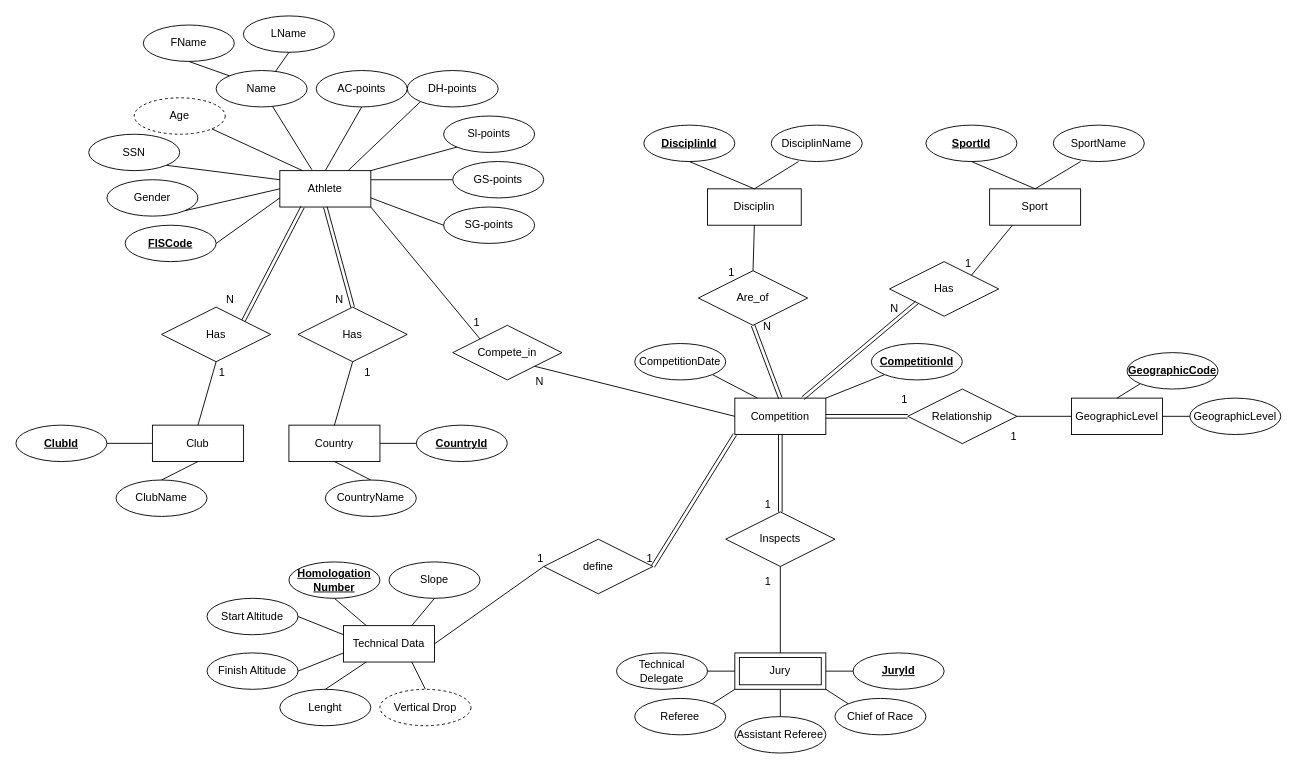
edlu2100/databaser_projekt keeps this draw.io diagram as ER.drawio. Above is the earlier version. Source tidied: cells renumbered, new cells numbered last; positions are measured from the earlier drawing's top-left corner, leaving out a move shared by most shapes. Both pictures are drawn from the tidied source at 91%, with x=0, y=0 at pixel (15, 15).
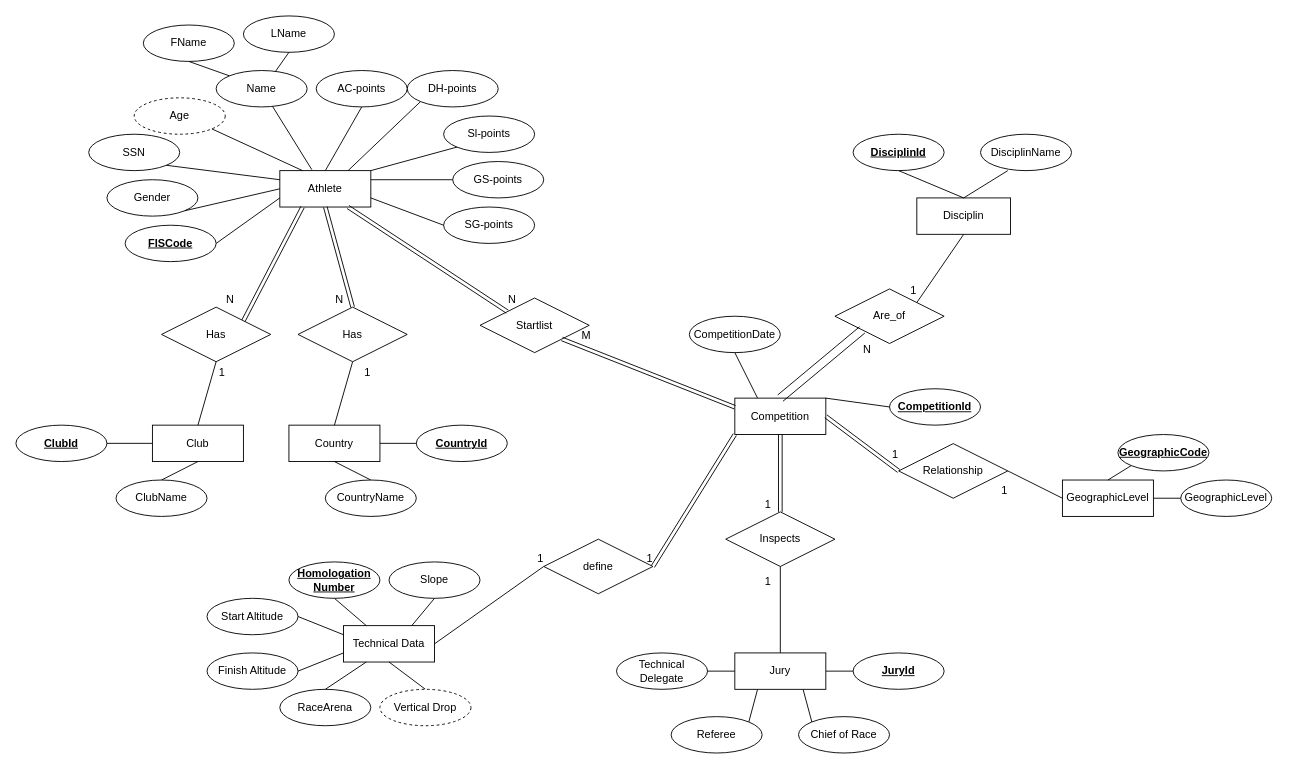
After the change.

Unchanged cells that the change refers to:
```xml
<mxCell id="2" value="Athlete" style="whiteSpace=wrap;html=1;align=center;" parent="1" vertex="1">
  <mxGeometry x="290" y="170" width="100" height="40" as="geometry" />
</mxCell>
<mxCell id="12" value="Competition" style="whiteSpace=wrap;html=1;align=center;" parent="1" vertex="1">
  <mxGeometry x="790" y="420" width="100" height="40" as="geometry" />
</mxCell>
<mxCell id="19" value="Technical Data" style="whiteSpace=wrap;html=1;align=center;" parent="1" vertex="1">
  <mxGeometry x="360" y="670" width="100" height="40" as="geometry" />
</mxCell>
<mxCell id="21" value="&lt;b&gt;&lt;u&gt;JuryId&lt;/u&gt;&lt;/b&gt;" style="ellipse;whiteSpace=wrap;html=1;align=center;" parent="1" vertex="1">
  <mxGeometry x="920" y="700" width="100" height="40" as="geometry" />
</mxCell>
<mxCell id="54" value="Inspects" style="shape=rhombus;perimeter=rhombusPerimeter;whiteSpace=wrap;html=1;align=center;" parent="1" vertex="1">
  <mxGeometry x="780" y="545" width="120" height="60" as="geometry" />
</mxCell>
<mxCell id="120" value="Vertical Drop" style="ellipse;whiteSpace=wrap;html=1;align=center;dashed=1;" parent="1" vertex="1">
  <mxGeometry x="400" y="740" width="100" height="40" as="geometry" />
</mxCell>
```

What changed in the source:
```diff
@@
-    <mxCell id="3" value="SportName" style="ellipse;whiteSpace=wrap;html=1;align=center;" parent="1" vertex="1">
-      <mxGeometry x="1140" y="120" width="100" height="40" as="geometry" />
-    </mxCell>
-    <mxCell id="4" value="&lt;b&gt;&lt;u&gt;SportId&lt;/u&gt;&lt;/b&gt;" style="ellipse;whiteSpace=wrap;html=1;align=center;" parent="1" vertex="1">
-      <mxGeometry x="1000" y="120" width="100" height="40" as="geometry" />
-    </mxCell>
@@
-    <mxCell id="13" value="Sport" style="whiteSpace=wrap;html=1;align=center;" parent="1" vertex="1">
-      <mxGeometry x="1070" y="190" width="100" height="40" as="geometry" />
-    </mxCell>
@@
     <mxCell id="16" value="Referee" style="ellipse;whiteSpace=wrap;html=1;align=center;" parent="1" vertex="1">
-      <mxGeometry x="680" y="750" width="100" height="40" as="geometry" />
+      <mxGeometry x="720" y="770" width="100" height="40" as="geometry" />
     </mxCell>
     <mxCell id="17" value="Chief&amp;nbsp;of Race" style="ellipse;whiteSpace=wrap;html=1;align=center;" parent="1" vertex="1">
-      <mxGeometry x="900" y="750" width="100" height="40" as="geometry" />
+      <mxGeometry x="860" y="770" width="100" height="40" as="geometry" />
     </mxCell>
-    <mxCell id="18" value="Assistant Referee" style="ellipse;whiteSpace=wrap;html=1;align=center;" parent="1" vertex="1">
-      <mxGeometry x="790" y="770" width="100" height="40" as="geometry" />
-    </mxCell>
@@
     <mxCell id="20" value="&lt;b&gt;&lt;u&gt;CompetitionId&lt;/u&gt;&lt;/b&gt;" style="ellipse;whiteSpace=wrap;html=1;align=center;" parent="1" vertex="1">
-      <mxGeometry x="940" y="360" width="100" height="40" as="geometry" />
+      <mxGeometry x="960" y="409.7" width="100" height="40" as="geometry" />
     </mxCell>
@@
     <mxCell id="22" value="CompetitionDate" style="ellipse;whiteSpace=wrap;html=1;align=center;" parent="1" vertex="1">
-      <mxGeometry x="680" y="360" width="100" height="40" as="geometry" />
+      <mxGeometry x="740" y="330" width="100" height="40" as="geometry" />
     </mxCell>
@@
-    <mxCell id="24" value="Lenght" style="ellipse;whiteSpace=wrap;html=1;align=center;" parent="1" vertex="1">
-      <mxGeometry x="290" y="740" width="100" height="40" as="geometry" />
-    </mxCell>
@@
-    <mxCell id="32" value="Jury" style="shape=ext;margin=3;double=1;whiteSpace=wrap;html=1;align=center;" parent="1" vertex="1">
-      <mxGeometry x="790" y="700" width="100" height="40" as="geometry" />
-    </mxCell>
-    <mxCell id="33" style="endArrow=none;html=1;rounded=0;exitX=0;exitY=0.5;exitDx=0;exitDy=0;" parent="1" edge="1" source="32">
+    <mxCell id="33" style="endArrow=none;html=1;rounded=0;exitX=0;exitY=0.5;exitDx=0;exitDy=0;" parent="1" edge="1">
       <mxGeometry relative="1" as="geometry">
+        <mxPoint x="790" y="720" as="sourcePoint" />
         <mxPoint x="760" y="720" as="targetPoint" />
         <Array as="points">
           <mxPoint x="760" y="720" />
         </Array>
       </mxGeometry>
     </mxCell>
-    <mxCell id="34" style="endArrow=none;html=1;rounded=0;entryX=0;entryY=0.5;entryDx=0;entryDy=0;exitX=1;exitY=0.5;exitDx=0;exitDy=0;" parent="1" edge="1" source="32" target="21">
-      <mxGeometry relative="1" as="geometry" />
+    <mxCell id="34" style="endArrow=none;html=1;rounded=0;entryX=0;entryY=0.5;entryDx=0;entryDy=0;exitX=1;exitY=0.5;exitDx=0;exitDy=0;" parent="1" edge="1" target="21">
+      <mxGeometry relative="1" as="geometry">
+        <mxPoint x="890" y="720" as="sourcePoint" />
+      </mxGeometry>
     </mxCell>
-    <mxCell id="35" style="endArrow=none;html=1;rounded=0;entryX=0;entryY=0;entryDx=0;entryDy=0;exitX=1;exitY=1;exitDx=0;exitDy=0;" parent="1" edge="1" source="32" target="17">
-      <mxGeometry relative="1" as="geometry" />
+    <mxCell id="35" style="endArrow=none;html=1;rounded=0;exitX=0.75;exitY=1;exitDx=0;exitDy=0;entryX=0;entryY=0;entryDx=0;entryDy=0;" parent="1" edge="1" target="17">
+      <mxGeometry relative="1" as="geometry">
+        <mxPoint x="865" y="740" as="sourcePoint" />
+      </mxGeometry>
     </mxCell>
-    <mxCell id="36" style="endArrow=none;html=1;rounded=0;entryX=0.5;entryY=0;entryDx=0;entryDy=0;exitX=0.5;exitY=1;exitDx=0;exitDy=0;" parent="1" edge="1" source="32" target="18">
-      <mxGeometry relative="1" as="geometry" />
-    </mxCell>
-    <mxCell id="37" style="endArrow=none;html=1;rounded=0;entryX=1;entryY=0;entryDx=0;entryDy=0;exitX=0;exitY=1;exitDx=0;exitDy=0;" parent="1" edge="1" source="32" target="16">
-      <mxGeometry relative="1" as="geometry" />
+    <mxCell id="37" style="endArrow=none;html=1;rounded=0;entryX=1;entryY=0;entryDx=0;entryDy=0;exitX=0.25;exitY=1;exitDx=0;exitDy=0;" parent="1" edge="1" target="16">
+      <mxGeometry relative="1" as="geometry">
+        <mxPoint x="815" y="740" as="sourcePoint" />
+      </mxGeometry>
     </mxCell>
-    <mxCell id="38" style="endArrow=none;html=1;rounded=0;exitX=0.5;exitY=0;exitDx=0;exitDy=0;entryX=0.5;entryY=1;entryDx=0;entryDy=0;" parent="1" edge="1" source="13" target="4">
-      <mxGeometry relative="1" as="geometry" />
-    </mxCell>
-    <mxCell id="39" style="endArrow=none;html=1;rounded=0;exitX=0.5;exitY=0;exitDx=0;exitDy=0;" parent="1" edge="1" source="13">
-      <mxGeometry relative="1" as="geometry">
-        <mxPoint x="1170" y="160" as="targetPoint" />
-      </mxGeometry>
-    </mxCell>
@@
-    <mxCell id="43" style="endArrow=none;html=1;rounded=0;exitX=0.5;exitY=0;exitDx=0;exitDy=0;entryX=0.25;entryY=1;entryDx=0;entryDy=0;" parent="1" edge="1" source="24" target="19">
-      <mxGeometry relative="1" as="geometry" />
-    </mxCell>
-    <mxCell id="44" style="endArrow=none;html=1;rounded=0;exitX=0.5;exitY=0;exitDx=0;exitDy=0;entryX=0.75;entryY=1;entryDx=0;entryDy=0;" parent="1" edge="1" target="19">
-      <mxGeometry relative="1" as="geometry">
-        <mxPoint x="450" y="740" as="sourcePoint" />
-      </mxGeometry>
+    <mxCell id="44" style="endArrow=none;html=1;rounded=0;entryX=0.5;entryY=1;entryDx=0;entryDy=0;exitX=0.5;exitY=0;exitDx=0;exitDy=0;" parent="1" edge="1" source="120" target="19">
+      <mxGeometry relative="1" as="geometry" />
     </mxCell>
@@
     <mxCell id="48" value="GeographicLevel" style="whiteSpace=wrap;html=1;align=center;" parent="1" vertex="1">
-      <mxGeometry x="1160" y="420" width="100" height="40" as="geometry" />
+      <mxGeometry x="1150" y="510" width="100" height="40" as="geometry" />
     </mxCell>
     <mxCell id="49" value="&lt;u&gt;&lt;b&gt;GeographicCode&lt;/b&gt;&lt;/u&gt;" style="ellipse;whiteSpace=wrap;html=1;align=center;" parent="1" vertex="1">
-      <mxGeometry x="1221" y="370" width="100" height="40" as="geometry" />
+      <mxGeometry x="1211" y="460" width="100" height="40" as="geometry" />
     </mxCell>
     <mxCell id="50" value="GeographicLevel" style="ellipse;whiteSpace=wrap;html=1;align=center;" parent="1" vertex="1">
-      <mxGeometry x="1290" y="420" width="100" height="40" as="geometry" />
+      <mxGeometry x="1280" y="510" width="100" height="40" as="geometry" />
     </mxCell>
@@
     <mxCell id="55" value="Relationship" style="shape=rhombus;perimeter=rhombusPerimeter;whiteSpace=wrap;html=1;align=center;" parent="1" vertex="1">
-      <mxGeometry x="980" y="410" width="120" height="60" as="geometry" />
+      <mxGeometry x="970" y="470" width="120" height="60" as="geometry" />
     </mxCell>
     <mxCell id="56" value="Are_of" style="shape=rhombus;perimeter=rhombusPerimeter;whiteSpace=wrap;html=1;align=center;" parent="1" vertex="1">
-      <mxGeometry x="750" y="280" width="120" height="60" as="geometry" />
+      <mxGeometry x="900" y="300" width="120" height="60" as="geometry" />
     </mxCell>
-    <mxCell id="57" value="Compete_in" style="shape=rhombus;perimeter=rhombusPerimeter;whiteSpace=wrap;html=1;align=center;rotation=0;" parent="1" vertex="1">
-      <mxGeometry x="480" y="340" width="120" height="60" as="geometry" />
+    <mxCell id="57" value="Startlist" style="shape=rhombus;perimeter=rhombusPerimeter;whiteSpace=wrap;html=1;align=center;rotation=0;" parent="1" vertex="1">
+      <mxGeometry x="510" y="310" width="120" height="60" as="geometry" />
     </mxCell>
@@
-    <mxCell id="64" style="endArrow=none;html=1;rounded=0;entryX=0.5;entryY=1;entryDx=0;entryDy=0;exitX=0.5;exitY=0;exitDx=0;exitDy=0;" parent="1" edge="1" source="32" target="54">
-      <mxGeometry relative="1" as="geometry" />
+    <mxCell id="64" style="endArrow=none;html=1;rounded=0;entryX=0.5;entryY=1;entryDx=0;entryDy=0;exitX=0.5;exitY=0;exitDx=0;exitDy=0;" parent="1" edge="1" target="54">
+      <mxGeometry relative="1" as="geometry">
+        <mxPoint x="840" y="700" as="sourcePoint" />
+      </mxGeometry>
     </mxCell>
@@
-    <mxCell id="70" style="endArrow=none;html=1;rounded=0;exitX=0;exitY=1;exitDx=0;exitDy=0;entryX=1;entryY=0;entryDx=0;entryDy=0;" parent="1" edge="1" source="20" target="12">
+    <mxCell id="70" style="endArrow=none;html=1;rounded=0;exitX=0;exitY=0.5;exitDx=0;exitDy=0;entryX=1;entryY=0;entryDx=0;entryDy=0;" parent="1" edge="1" source="20" target="12">
       <mxGeometry relative="1" as="geometry" />
     </mxCell>
-    <mxCell id="71" style="endArrow=none;html=1;rounded=0;exitX=1;exitY=1;exitDx=0;exitDy=0;entryX=0.25;entryY=0;entryDx=0;entryDy=0;" parent="1" edge="1" source="22" target="12">
+    <mxCell id="71" style="endArrow=none;html=1;rounded=0;exitX=0.5;exitY=1;exitDx=0;exitDy=0;entryX=0.25;entryY=0;entryDx=0;entryDy=0;" parent="1" edge="1" source="22" target="12">
       <mxGeometry relative="1" as="geometry" />
     </mxCell>
@@
-    <mxCell id="80" style="endArrow=none;html=1;rounded=0;exitX=1;exitY=1;exitDx=0;exitDy=0;entryX=0;entryY=0;entryDx=0;entryDy=0;" parent="1" edge="1" source="2" target="57">
-      <mxGeometry relative="1" as="geometry" />
-    </mxCell>
-    <mxCell id="81" value="1" style="html=1;align=right;verticalAlign=bottom;" parent="80" vertex="1">
-      <mxGeometry x="1" relative="1" as="geometry">
-        <mxPoint y="-10" as="offset" />
-      </mxGeometry>
-    </mxCell>
-    <mxCell id="82" style="endArrow=none;html=1;rounded=0;entryX=1;entryY=1;entryDx=0;entryDy=0;exitX=0;exitY=0.5;exitDx=0;exitDy=0;" parent="1" edge="1" source="12" target="57">
-      <mxGeometry relative="1" as="geometry" />
-    </mxCell>
-    <mxCell id="83" value="N" style="html=1;align=right;verticalAlign=bottom;" parent="82" vertex="1">
-      <mxGeometry x="1" relative="1" as="geometry">
-        <mxPoint x="10" y="25" as="offset" />
-      </mxGeometry>
-    </mxCell>
@@
     <mxCell id="87" value="DisciplinName" style="ellipse;whiteSpace=wrap;html=1;align=center;" parent="1" vertex="1">
-      <mxGeometry x="830" y="120" width="100" height="40" as="geometry" />
+      <mxGeometry x="1060" y="130" width="100" height="40" as="geometry" />
     </mxCell>
     <mxCell id="88" value="&lt;b&gt;&lt;u&gt;DisciplinId&lt;/u&gt;&lt;/b&gt;" style="ellipse;whiteSpace=wrap;html=1;align=center;" parent="1" vertex="1">
-      <mxGeometry x="690" y="120" width="100" height="40" as="geometry" />
+      <mxGeometry x="920" y="130" width="100" height="40" as="geometry" />
     </mxCell>
     <mxCell id="89" value="Disciplin" style="whiteSpace=wrap;html=1;align=center;" parent="1" vertex="1">
-      <mxGeometry x="760" y="190" width="103" height="40" as="geometry" />
+      <mxGeometry x="990" y="200" width="103" height="40" as="geometry" />
     </mxCell>
@@
     <mxCell id="91" style="endArrow=none;html=1;rounded=0;exitX=0.5;exitY=0;exitDx=0;exitDy=0;" parent="1" edge="1" source="89">
       <mxGeometry relative="1" as="geometry">
-        <mxPoint x="860" y="160" as="targetPoint" />
+        <mxPoint x="1090" y="170" as="targetPoint" />
       </mxGeometry>
     </mxCell>
-    <mxCell id="92" value="Has" style="shape=rhombus;perimeter=rhombusPerimeter;whiteSpace=wrap;html=1;align=center;" parent="1" vertex="1">
-      <mxGeometry x="960" y="270" width="120" height="60" as="geometry" />
-    </mxCell>
-    <mxCell id="93" style="endArrow=none;html=1;rounded=0;entryX=0.5;entryY=0;entryDx=0;entryDy=0;exitX=0.5;exitY=1;exitDx=0;exitDy=0;" parent="1" edge="1" source="89" target="56">
+    <mxCell id="93" style="endArrow=none;html=1;rounded=0;entryX=1;entryY=0;entryDx=0;entryDy=0;exitX=0.5;exitY=1;exitDx=0;exitDy=0;" parent="1" edge="1" source="89" target="56">
       <mxGeometry relative="1" as="geometry" />
     </mxCell>
     <mxCell id="94" value="1" style="html=1;align=right;verticalAlign=bottom;" parent="93" vertex="1">
       <mxGeometry x="1" relative="1" as="geometry">
-        <mxPoint x="-20" y="10" as="offset" />
+        <mxPoint y="-5" as="offset" />
       </mxGeometry>
     </mxCell>
-    <mxCell id="95" style="endArrow=none;html=1;rounded=0;entryX=1;entryY=0;entryDx=0;entryDy=0;exitX=0.25;exitY=1;exitDx=0;exitDy=0;" parent="1" edge="1" source="13" target="92">
-      <mxGeometry relative="1" as="geometry" />
-    </mxCell>
-    <mxCell id="96" value="1" style="html=1;align=right;verticalAlign=bottom;" parent="95" vertex="1">
-      <mxGeometry x="1" relative="1" as="geometry">
-        <mxPoint y="-5" as="offset" />
-      </mxGeometry>
-    </mxCell>
-    <mxCell id="97" style="shape=link;html=1;rounded=0;entryX=0;entryY=1;entryDx=0;entryDy=0;exitX=0.75;exitY=0;exitDx=0;exitDy=0;" parent="1" edge="1" source="12" target="92">
-      <mxGeometry relative="1" as="geometry" />
-    </mxCell>
-    <mxCell id="98" value="N" style="html=1;align=right;verticalAlign=bottom;" parent="97" vertex="1">
-      <mxGeometry x="1" relative="1" as="geometry">
-        <mxPoint x="-20" y="15" as="offset" />
-      </mxGeometry>
-    </mxCell>
-    <mxCell id="99" style="shape=link;html=1;rounded=0;entryX=0.5;entryY=1;entryDx=0;entryDy=0;exitX=0.5;exitY=0;exitDx=0;exitDy=0;" parent="1" edge="1" source="12" target="56">
+    <mxCell id="99" style="shape=link;html=1;rounded=0;entryX=0;entryY=1;entryDx=0;entryDy=0;exitX=0.5;exitY=0;exitDx=0;exitDy=0;width=-9;" parent="1" edge="1" source="12" target="56">
       <mxGeometry relative="1" as="geometry" />
     </mxCell>
     <mxCell id="100" value="N" style="html=1;align=right;verticalAlign=bottom;" parent="99" vertex="1">
       <mxGeometry x="1" relative="1" as="geometry">
-        <mxPoint x="20" y="10" as="offset" />
+        <mxPoint x="10" y="30" as="offset" />
       </mxGeometry>
     </mxCell>
@@
+    <mxCell id="121" value="RaceArena" style="ellipse;whiteSpace=wrap;html=1;align=center;" parent="1" vertex="1">
+      <mxGeometry x="290" y="740" width="100" height="40" as="geometry" />
+    </mxCell>
+    <mxCell id="122" style="endArrow=none;html=1;rounded=0;entryX=0.25;entryY=1;entryDx=0;entryDy=0;exitX=0.5;exitY=0;exitDx=0;exitDy=0;" parent="1" edge="1" source="121" target="19">
+      <mxGeometry relative="1" as="geometry" />
+    </mxCell>
+    <mxCell id="80" style="shape=link;html=1;rounded=0;exitX=0.75;exitY=1;exitDx=0;exitDy=0;entryX=0;entryY=0;entryDx=0;entryDy=0;" parent="1" edge="1" source="2" target="57">
+      <mxGeometry relative="1" as="geometry" />
+    </mxCell>
+    <mxCell id="123" value="N" style="html=1;align=right;verticalAlign=bottom;" parent="80" vertex="1">
+      <mxGeometry x="1" relative="1" as="geometry">
+        <mxPoint x="10" y="-5" as="offset" />
+      </mxGeometry>
+    </mxCell>
+    <mxCell id="124" style="shape=link;html=1;rounded=0;exitX=1;exitY=1;exitDx=0;exitDy=0;entryX=0;entryY=0.25;entryDx=0;entryDy=0;" parent="1" edge="1" source="57" target="12">
+      <mxGeometry relative="1" as="geometry" />
+    </mxCell>
+    <mxCell id="125" value="M" style="html=1;align=left;verticalAlign=bottom;" parent="124" vertex="1">
+      <mxGeometry x="-1" relative="1" as="geometry">
+        <mxPoint x="20" y="5" as="offset" />
+      </mxGeometry>
+    </mxCell>
+    <mxCell id="32" value="Jury" style="whiteSpace=wrap;html=1;align=center;" parent="1" vertex="1">
+      <mxGeometry x="790" y="700" width="100" height="40" as="geometry" />
+    </mxCell>
```
